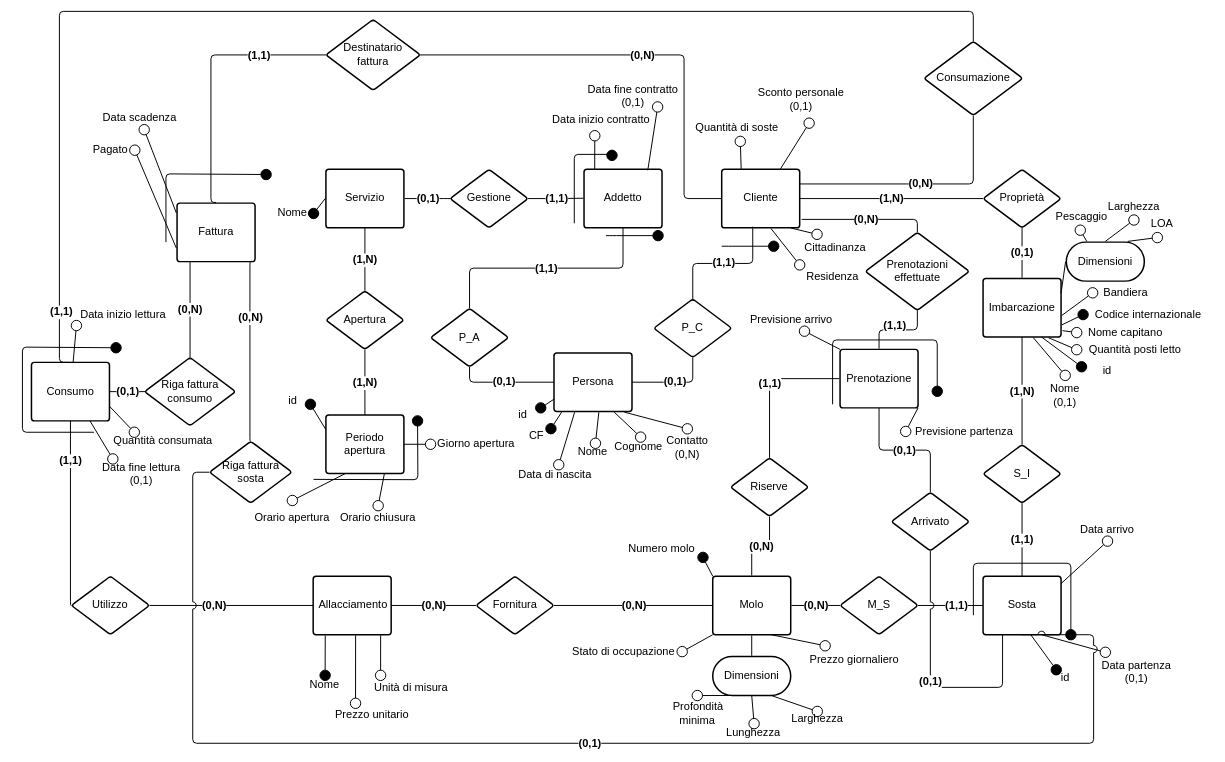
This is page "Logico" (2 of 3) of src_relazione_tex/img/Er todo test final.drawio from alessandro-massarenti/Progetto-basi-di-dati-2022, a draw.io file, before an edit. Source tidied: cells renumbered, new cells numbered last; positions are measured from the earlier drawing's top-left corner, leaving out a move shared by most shapes. Both pictures are drawn from the tidied source at 65%, with x=0, y=0 at pixel (22, 11).
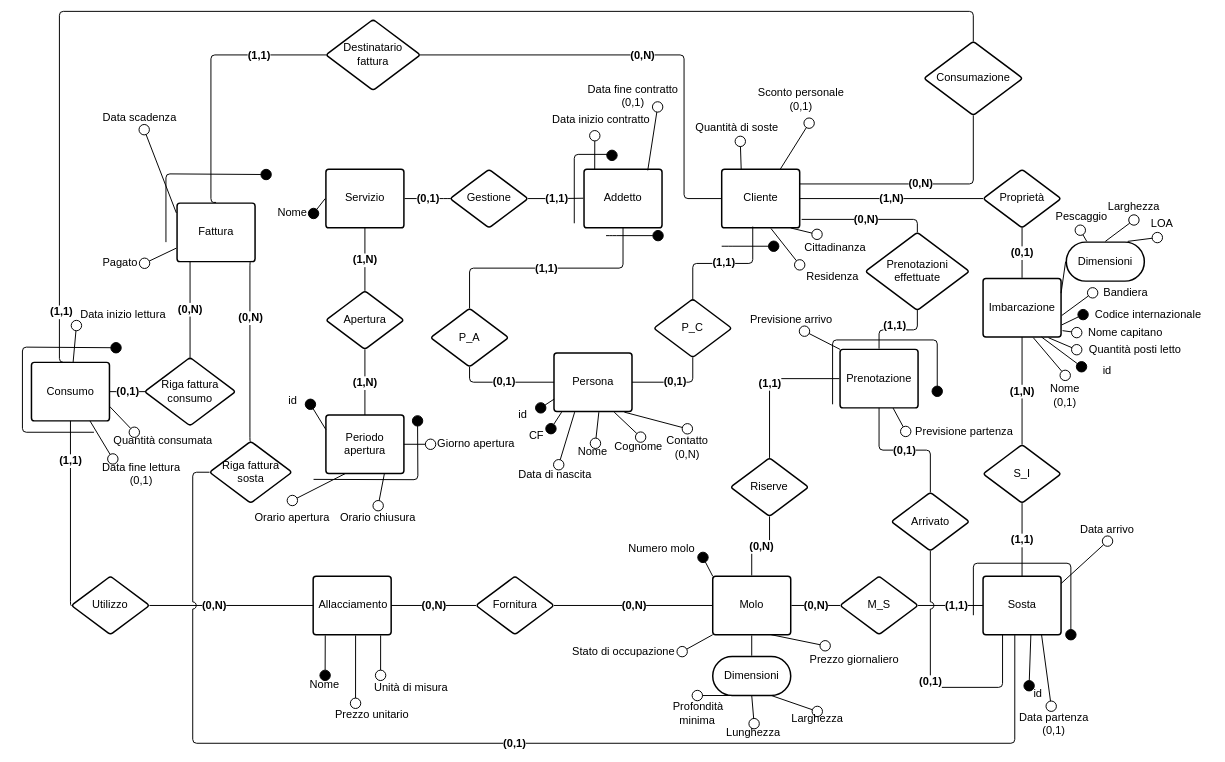
The same page after the edit.

Commit message:
Logico compresso

The change refers to these unchanged cells:
```xml
<mxCell id="4" value="Previsione partenza" style="html=1;overflow=block;blockSpacing=1;whiteSpace=wrap;fontSize=17;fontColor=#000000;spacing=0;fillColor=none;strokeWidth=1.5;strokeColor=none;" parent="1" vertex="1">
  <mxGeometry x="1358.9" y="637.5" width="180" height="17.5" as="geometry" />
</mxCell>
<mxCell id="98" value="Prenotazione" style="html=1;overflow=block;blockSpacing=1;whiteSpace=wrap;fontSize=17;fontColor=#000000;spacing=9;strokeColor=#000000;strokeOpacity=100;rounded=1;absoluteArcSize=1;arcSize=9;strokeWidth=2.3;" parent="1" vertex="1">
  <mxGeometry x="1257.9" y="520" width="120" height="90" as="geometry" />
</mxCell>
<mxCell id="143" value="Sosta" style="html=1;overflow=block;blockSpacing=1;whiteSpace=wrap;fontSize=17;fontColor=#000000;spacing=9;strokeColor=#000000;strokeOpacity=100;rounded=1;absoluteArcSize=1;arcSize=9;strokeWidth=2.3;" parent="1" vertex="1">
  <mxGeometry x="1477.9" y="869" width="120" height="90" as="geometry" />
</mxCell>
<mxCell id="165" value="Riga fattura sosta" style="html=1;overflow=block;blockSpacing=1;whiteSpace=wrap;rhombus;fontSize=17;fontColor=#000000;spacing=3.8;strokeColor=#000000;strokeOpacity=100;rounded=1;absoluteArcSize=1;arcSize=9;strokeWidth=2.3;" parent="1" vertex="1">
  <mxGeometry x="287.9" y="661.5" width="126.7" height="95" as="geometry" />
</mxCell>
```

The edit, as a diff of the source:
```diff
@@
     <mxCell id="26" value="Data partenza&lt;br&gt;(0,1)" style="html=1;overflow=block;blockSpacing=1;whiteSpace=wrap;fontSize=17;fontColor=#000000;spacing=0;fillColor=none;strokeWidth=1.5;strokeColor=none;" parent="1" vertex="1">
-      <mxGeometry x="1654.3" y="989" width="120" height="55.8" as="geometry" />
+      <mxGeometry x="1526.5" y="1069" width="120" height="55.8" as="geometry" />
     </mxCell>
@@
-    <mxCell id="57" style="html=1;jettySize=18;whiteSpace=wrap;fontSize=17;strokeColor=#000000;strokeWidth=1.5;rounded=1;arcSize=12;startArrow=none;endArrow=oval;endFill=0;endSize=16;entryX=0;entryY=0.5;entryDx=0;entryDy=0;exitX=1;exitY=1;exitDx=0;exitDy=0;" parent="1" edge="1" source="98" target="4">
+    <mxCell id="57" style="html=1;jettySize=18;whiteSpace=wrap;fontSize=17;strokeColor=#000000;strokeWidth=1.5;rounded=1;arcSize=12;startArrow=none;endArrow=oval;endFill=0;endSize=16;entryX=0;entryY=0.5;entryDx=0;entryDy=0;exitX=0.672;exitY=0.984;exitDx=0;exitDy=0;exitPerimeter=0;" parent="1" edge="1" source="98" target="4">
       <mxGeometry relative="1" as="geometry" />
     </mxCell>
@@
-    <mxCell id="70" style="html=1;jettySize=18;whiteSpace=wrap;fontSize=17;strokeColor=#000000;strokeWidth=1.5;rounded=1;arcSize=12;startArrow=none;endArrow=oval;endFill=0;endSize=16;exitX=0.75;exitY=1;exitDx=0;exitDy=0;entryX=0.098;entryY=-0.053;entryDx=0;entryDy=0;entryPerimeter=0;" parent="1" edge="1" source="143" target="26">
+    <mxCell id="70" style="html=1;jettySize=18;whiteSpace=wrap;fontSize=17;strokeColor=#000000;strokeWidth=1.5;rounded=1;arcSize=12;startArrow=none;endArrow=oval;endFill=0;endSize=16;exitX=0.75;exitY=1;exitDx=0;exitDy=0;" parent="1" edge="1" source="143" target="26">
       <mxGeometry relative="1" as="geometry" />
     </mxCell>
@@
     <mxCell id="131" value="Pagato" style="html=1;overflow=block;blockSpacing=1;whiteSpace=wrap;fontSize=17;fontColor=#000000;spacing=3.8;strokeOpacity=0;fillOpacity=0;rounded=1;absoluteArcSize=1;arcSize=9;fillColor=#ffffff;strokeWidth=2.3;" parent="1" vertex="1">
-      <mxGeometry x="97.9" y="200" width="75" height="22" as="geometry" />
+      <mxGeometry x="112.9" y="374" width="75" height="22" as="geometry" />
     </mxCell>
@@
-    <mxCell id="168" style="html=1;jettySize=18;whiteSpace=wrap;fontSize=17;fontColor=#000000;fontStyle=1;strokeColor=#000000;strokeWidth=1.5;rounded=1;arcSize=12;edgeStyle=orthogonalEdgeStyle;startArrow=none;endArrow=none;exitX=0.5;exitY=1;exitDx=0;exitDy=0;jumpStyle=arc;jumpSize=10;" parent="1" edge="1" source="143" target="165">
+    <mxCell id="168" style="html=1;jettySize=18;whiteSpace=wrap;fontSize=17;fontColor=#000000;fontStyle=1;strokeColor=#000000;strokeWidth=1.5;rounded=1;arcSize=12;edgeStyle=orthogonalEdgeStyle;startArrow=none;endArrow=none;jumpStyle=arc;jumpSize=10;exitX=0.407;exitY=1.007;exitDx=0;exitDy=0;exitPerimeter=0;" parent="1" edge="1" source="143" target="165">
       <mxGeometry relative="1" as="geometry">
         <Array as="points">
-          <mxPoint x="1648" y="959" />
-          <mxPoint x="1648" y="1126" />
+          <mxPoint x="1527" y="1126" />
           <mxPoint x="262" y="1126" />
           <mxPoint x="262" y="709" />
         </Array>
       </mxGeometry>
     </mxCell>
@@
+    <mxCell id="195" style="html=1;jettySize=18;whiteSpace=wrap;fontSize=17;strokeColor=#000000;strokeWidth=1.5;rounded=1;arcSize=12;startArrow=none;endArrow=oval;endFill=1;endSize=16;exitX=0.613;exitY=1.003;exitPerimeter=0;entryX=0.25;entryY=0;entryDx=0;entryDy=0;exitDx=0;exitDy=0;" parent="1" edge="1" source="143" target="194">
+      <mxGeometry relative="1" as="geometry" />
+    </mxCell>
     <mxCell id="194" value="id" style="html=1;overflow=block;blockSpacing=1;whiteSpace=wrap;fontSize=17;fontColor=#000000;spacing=0;fillColor=none;strokeWidth=1.5;strokeColor=none;verticalAlign=middle;" parent="1" vertex="1">
-      <mxGeometry x="1576.8" y="1012.9" width="55" height="27" as="geometry" />
+      <mxGeometry x="1535" y="1037.5" width="55" height="27" as="geometry" />
     </mxCell>
-    <mxCell id="195" style="html=1;jettySize=18;whiteSpace=wrap;fontSize=17;strokeColor=#000000;strokeWidth=1.5;rounded=1;arcSize=12;startArrow=none;endArrow=oval;endFill=1;endSize=16;exitX=0.613;exitY=1.003;exitPerimeter=0;entryX=0.25;entryY=0;entryDx=0;entryDy=0;exitDx=0;exitDy=0;" parent="1" edge="1" source="143" target="194">
-      <mxGeometry relative="1" as="geometry" />
-    </mxCell>
```
